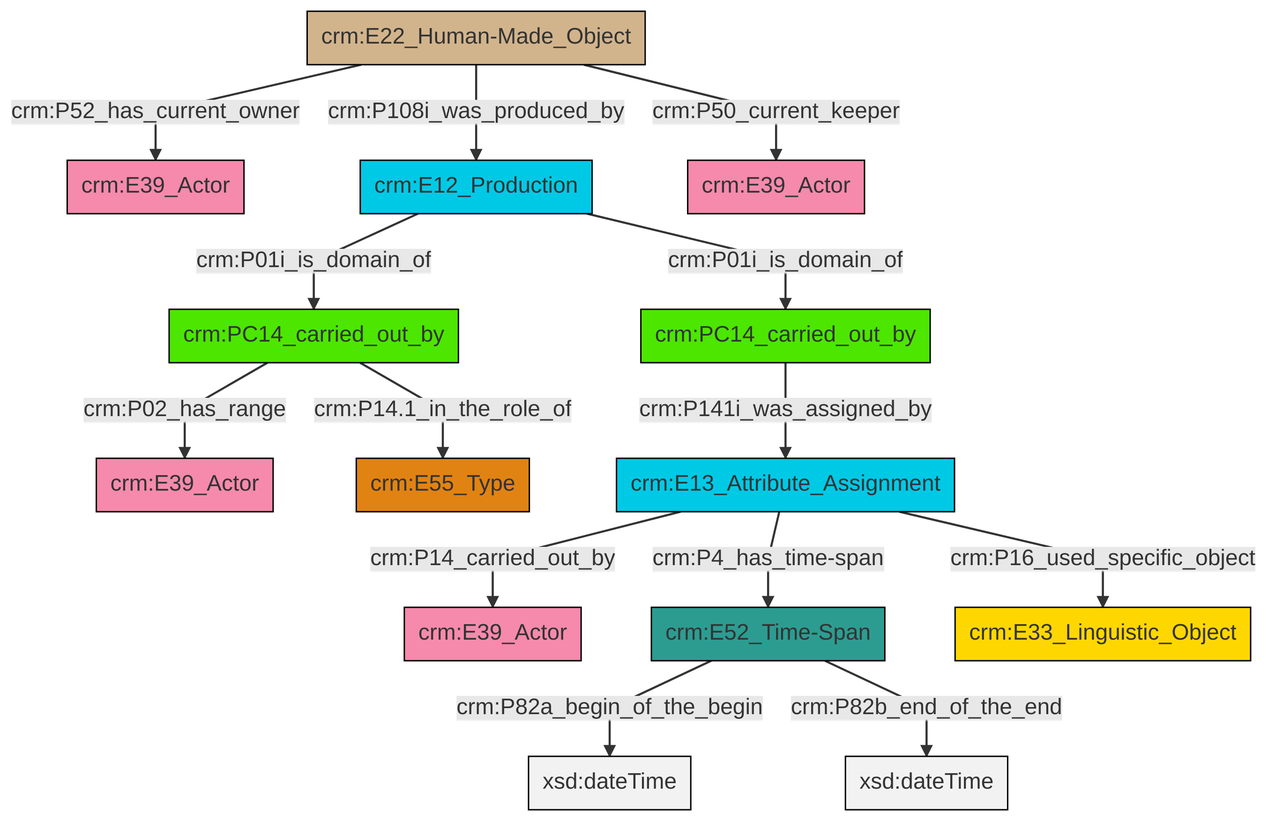
swiss-art-research-net/docs.swissartresearch keeps this Mermaid diagram as et/carrierCSV/ttl/mmd/png/carrier_relations.png. Above is the earlier version. Its source is kept beside it as et/carrierCSV/ttl/mmd/carrier_relations.ttl.mmd.
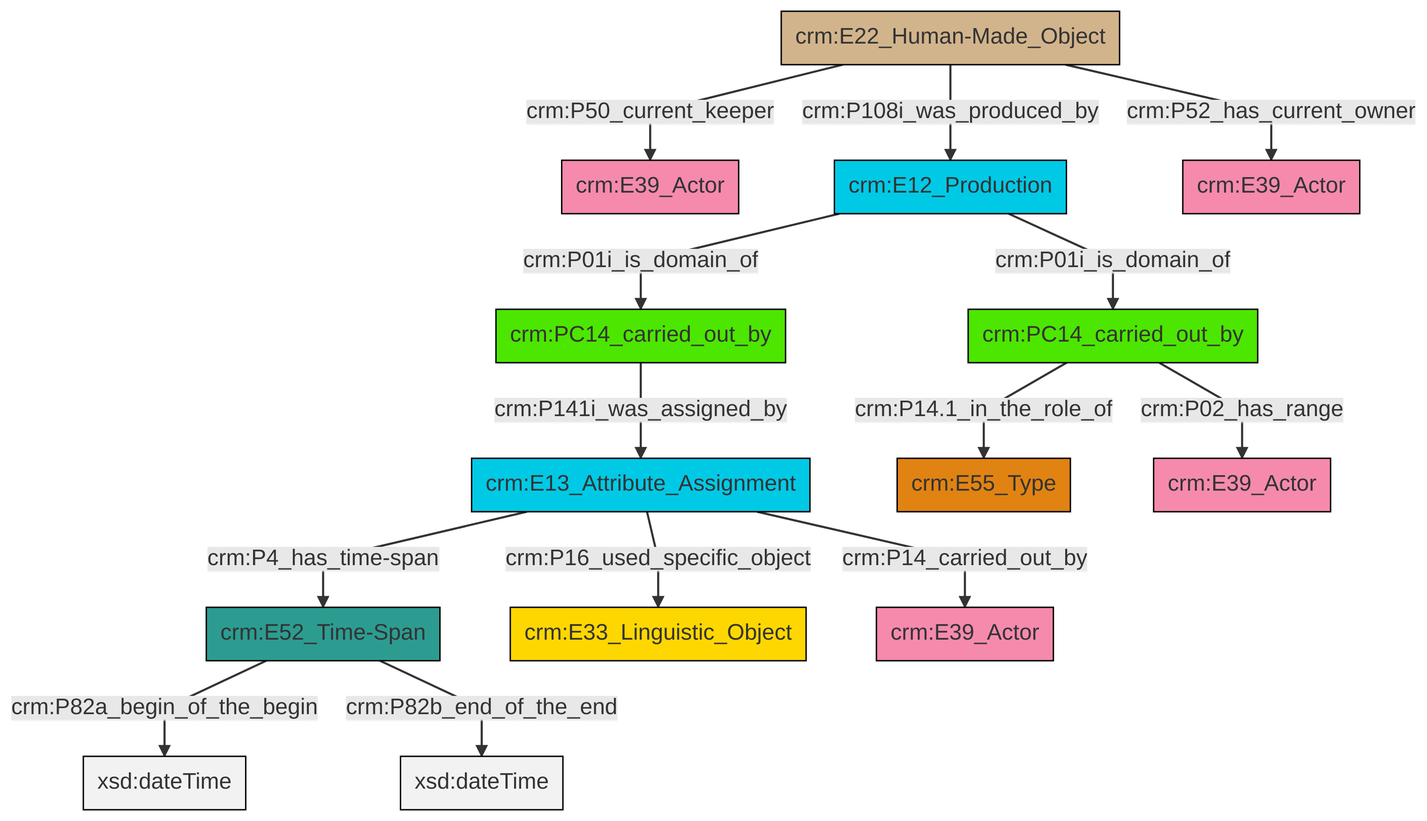
Above is the later version.

Diff of the diagram source:
```diff
@@ -13,16 +13,16 @@
 classDef PC_Classes fill:#4ce600, stroke:#000000;
 classDef Multi fill:#cccccc,stroke:#000000;
 
-4["crm:E12_Production"]:::Temporal_Entity -->|crm:P01i_is_domain_of| 5["crm:PC14_carried_out_by"]:::PC_Classes
-2["crm:E22_Human-Made_Object"]:::Physical_Thing -->|crm:P52_has_current_owner| 6["crm:E39_Actor"]:::Actor
-5["crm:PC14_carried_out_by"]:::PC_Classes -->|crm:P02_has_range| 0["crm:E39_Actor"]:::Actor
-7["crm:E52_Time-Span"]:::Time-Span -->|crm:P82a_begin_of_the_begin| 8[xsd:dateTime]:::Literal
-9["crm:E13_Attribute_Assignment"]:::Temporal_Entity -->|crm:P14_carried_out_by| 10["crm:E39_Actor"]:::Actor
-7["crm:E52_Time-Span"]:::Time-Span -->|crm:P82b_end_of_the_end| 11[xsd:dateTime]:::Literal
-2["crm:E22_Human-Made_Object"]:::Physical_Thing -->|crm:P108i_was_produced_by| 4["crm:E12_Production"]:::Temporal_Entity
-9["crm:E13_Attribute_Assignment"]:::Temporal_Entity -->|crm:P4_has_time-span| 7["crm:E52_Time-Span"]:::Time-Span
-4["crm:E12_Production"]:::Temporal_Entity -->|crm:P01i_is_domain_of| 14["crm:PC14_carried_out_by"]:::PC_Classes
-9["crm:E13_Attribute_Assignment"]:::Temporal_Entity -->|crm:P16_used_specific_object| 15["crm:E33_Linguistic_Object"]:::Conceptual_Object
-2["crm:E22_Human-Made_Object"]:::Physical_Thing -->|crm:P50_current_keeper| 19["crm:E39_Actor"]:::Actor
-14["crm:PC14_carried_out_by"]:::PC_Classes -->|crm:P141i_was_assigned_by| 9["crm:E13_Attribute_Assignment"]:::Temporal_Entity
-5["crm:PC14_carried_out_by"]:::PC_Classes -->|crm:P14.1_in_the_role_of| 17["crm:E55_Type"]:::Type
+2["crm:E52_Time-Span"]:::Time-Span -->|crm:P82a_begin_of_the_begin| 3[xsd:dateTime]:::Literal
+6["crm:E22_Human-Made_Object"]:::Physical_Thing -->|crm:P108i_was_produced_by| 7["crm:E12_Production"]:::Temporal_Entity
+2["crm:E52_Time-Span"]:::Time-Span -->|crm:P82b_end_of_the_end| 8[xsd:dateTime]:::Literal
+7["crm:E12_Production"]:::Temporal_Entity -->|crm:P01i_is_domain_of| 0["crm:PC14_carried_out_by"]:::PC_Classes
+9["crm:E13_Attribute_Assignment"]:::Temporal_Entity -->|crm:P16_used_specific_object| 10["crm:E33_Linguistic_Object"]:::Conceptual_Object
+6["crm:E22_Human-Made_Object"]:::Physical_Thing -->|crm:P50_current_keeper| 4["crm:E39_Actor"]:::Actor
+11["crm:PC14_carried_out_by"]:::PC_Classes -->|crm:P14.1_in_the_role_of| 12["crm:E55_Type"]:::Type
+11["crm:PC14_carried_out_by"]:::PC_Classes -->|crm:P02_has_range| 13["crm:E39_Actor"]:::Actor
+9["crm:E13_Attribute_Assignment"]:::Temporal_Entity -->|crm:P14_carried_out_by| 17["crm:E39_Actor"]:::Actor
+6["crm:E22_Human-Made_Object"]:::Physical_Thing -->|crm:P52_has_current_owner| 15["crm:E39_Actor"]:::Actor
+7["crm:E12_Production"]:::Temporal_Entity -->|crm:P01i_is_domain_of| 11["crm:PC14_carried_out_by"]:::PC_Classes
+0["crm:PC14_carried_out_by"]:::PC_Classes -->|crm:P141i_was_assigned_by| 9["crm:E13_Attribute_Assignment"]:::Temporal_Entity
+9["crm:E13_Attribute_Assignment"]:::Temporal_Entity -->|crm:P4_has_time-span| 2["crm:E52_Time-Span"]:::Time-Span
```
